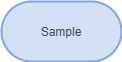
The draw.io diagram content/articles/test-article/diagram.drawio.png in ubald/ubald.github.io, before a commit. Source tidied: cells renumbered, new cells last; positions are measured from the earlier drawing's top-left corner, leaving out a move shared by most shapes.
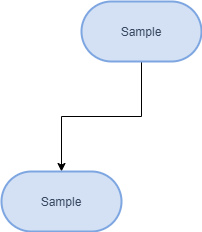
After the commit.

Diff of the diagram source:
```diff
@@ -2,8 +2,14 @@
   <root>
     <mxCell id="0" />
     <mxCell id="1" parent="0" />
+    <mxCell id="3" style="edgeStyle=orthogonalEdgeStyle;rounded=0;jettySize=auto;html=1;exitX=0.5;exitY=1;exitDx=0;exitDy=0;" parent="1" edge="1" source="2" target="4">
+      <mxGeometry relative="1" as="geometry" />
+    </mxCell>
     <mxCell id="2" value="Sample" style="rounded=1;whiteSpace=wrap;html=1;arcSize=50;fillColor=#D4E1F5;strokeColor=#7EA6E0;strokeWidth=2;glass=0;sketch=0;shadow=0;fontColor=#35465E;" parent="1" vertex="1">
       <mxGeometry width="120" height="60" as="geometry" />
     </mxCell>
+    <mxCell id="4" value="Sample" style="rounded=1;whiteSpace=wrap;html=1;arcSize=50;fillColor=#D4E1F5;strokeColor=#7EA6E0;strokeWidth=2;glass=0;sketch=0;shadow=0;fontColor=#35465E;" parent="1" vertex="1">
+      <mxGeometry x="-80" y="170" width="120" height="60" as="geometry" />
+    </mxCell>
   </root>
 </mxGraphModel>
```
